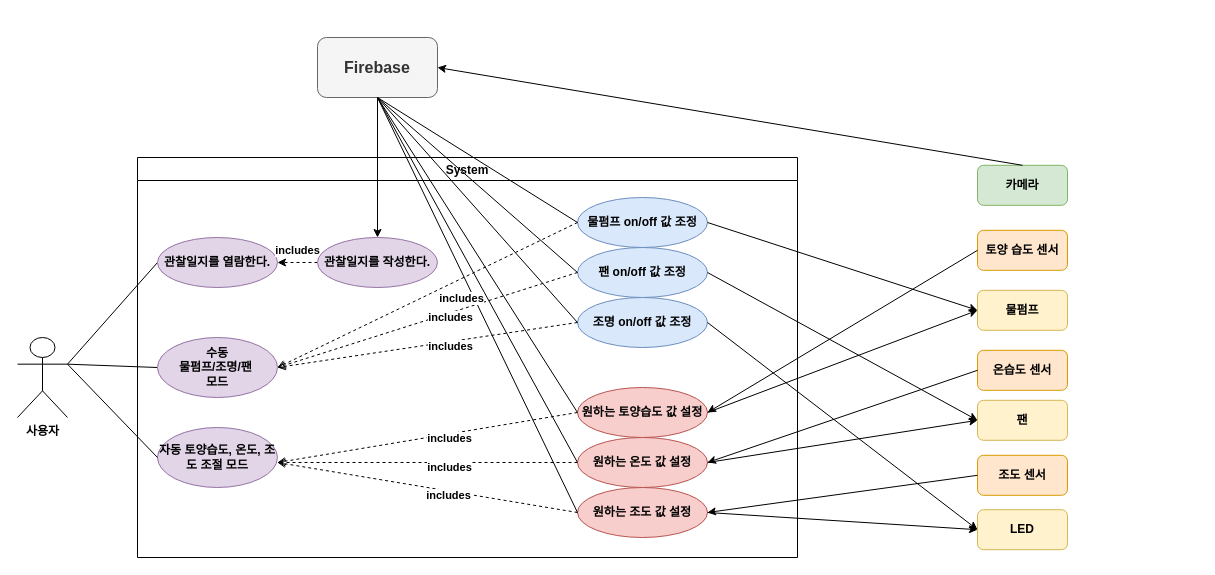
Before: 4주차/유스케이스.drawio in sonmyungwon/Software-Development, a draw.io diagram. Source tidied: cells renumbered, new cells numbered last; positions are measured from the earlier drawing's top-left corner, leaving out a move shared by most shapes. Both pictures are drawn from the tidied source at 100%, with x=0, y=0 at pixel (17, 37).
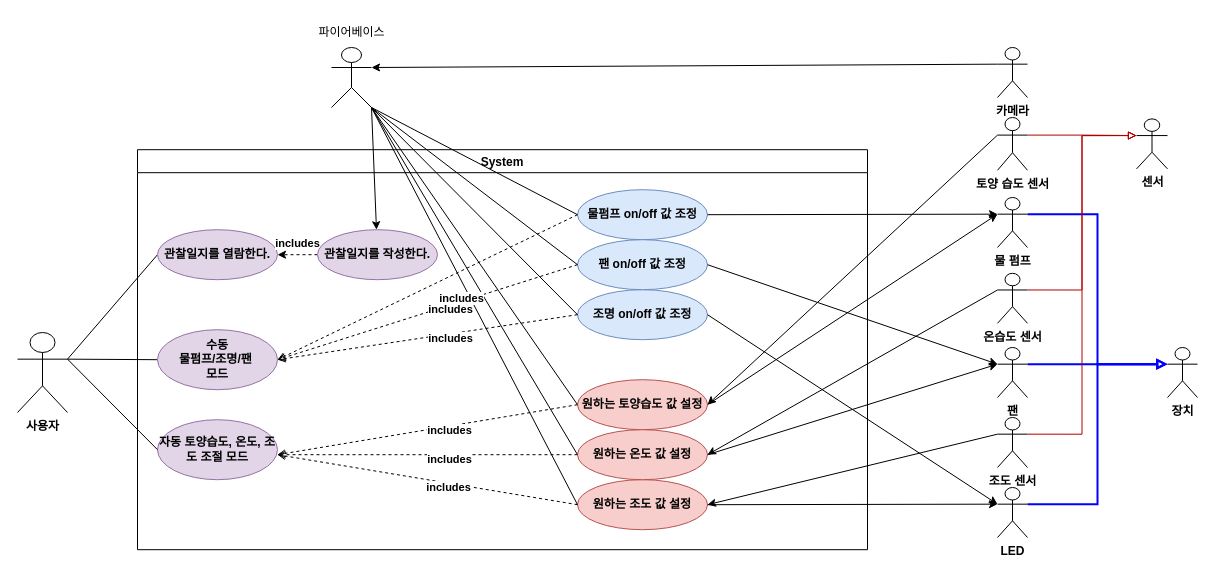
After the change.

Commit message:
유스케이스.drawio 업데이트

Unchanged cells that the change refers to:
```xml
<mxCell id="8" value="물펌프 on/off 값 조정" style="ellipse;whiteSpace=wrap;html=1;fontStyle=1;fillColor=#dae8fc;strokeColor=#6c8ebf;" parent="6" vertex="1">
  <mxGeometry x="440" y="40" width="130" height="50" as="geometry" />
</mxCell>
<mxCell id="9" value="조명 on/off 값 조정" style="ellipse;whiteSpace=wrap;html=1;fontStyle=1;fillColor=#dae8fc;strokeColor=#6c8ebf;" parent="6" vertex="1">
  <mxGeometry x="440" y="140" width="130" height="50" as="geometry" />
</mxCell>
<mxCell id="10" value="팬 on/off 값 조정" style="ellipse;whiteSpace=wrap;html=1;fontStyle=1;fillColor=#dae8fc;strokeColor=#6c8ebf;" parent="6" vertex="1">
  <mxGeometry x="440" y="90" width="130" height="50" as="geometry" />
</mxCell>
<mxCell id="19" value="원하는 토양습도 값 설정" style="ellipse;whiteSpace=wrap;html=1;fontStyle=1;fillColor=#f8cecc;strokeColor=#b85450;" parent="6" vertex="1">
  <mxGeometry x="440" y="230" width="130" height="50" as="geometry" />
</mxCell>
<mxCell id="20" value="원하는 조도 값 설정" style="ellipse;whiteSpace=wrap;html=1;fontStyle=1;fillColor=#f8cecc;strokeColor=#b85450;" parent="6" vertex="1">
  <mxGeometry x="440" y="330" width="130" height="50" as="geometry" />
</mxCell>
<mxCell id="27" value="원하는 온도 값 설정" style="ellipse;whiteSpace=wrap;html=1;fontStyle=1;fillColor=#f8cecc;strokeColor=#b85450;" parent="6" vertex="1">
  <mxGeometry x="440" y="280" width="130" height="50" as="geometry" />
</mxCell>
<mxCell id="29" value="관찰일지를 작성한다." style="ellipse;whiteSpace=wrap;html=1;fontStyle=1;fillColor=#e1d5e7;strokeColor=#9673a6;" parent="6" vertex="1">
  <mxGeometry x="180" y="80" width="120" height="50" as="geometry" />
</mxCell>
```

The edit, as a diff of the source:
```diff
@@
     <mxCell id="2" value="사용자" style="shape=umlActor;verticalLabelPosition=bottom;verticalAlign=top;html=1;outlineConnect=0;fontStyle=1;" parent="1" vertex="1">
-      <mxGeometry y="300" width="50" height="80" as="geometry" />
+      <mxGeometry y="295" width="50" height="80" as="geometry" />
     </mxCell>
-    <mxCell id="3" value="온습도 센서" style="rounded=1;whiteSpace=wrap;html=1;fontStyle=1;fillColor=#ffe6cc;strokeColor=#d79b00;" parent="1" vertex="1">
-      <mxGeometry x="960" y="312.8" width="90" height="40" as="geometry" />
-    </mxCell>
@@
     <mxCell id="6" value="System" style="swimlane;fontStyle=1;" parent="1" vertex="1">
-      <mxGeometry x="120" y="120" width="660" height="400" as="geometry" />
+      <mxGeometry x="120" y="112.2" width="730" height="400" as="geometry" />
     </mxCell>
@@
-    <mxCell id="30" value="토양 습도 센서" style="rounded=1;whiteSpace=wrap;html=1;fontStyle=1;fillColor=#ffe6cc;strokeColor=#d79b00;" parent="1" vertex="1">
-      <mxGeometry x="960" y="192.8" width="90" height="40" as="geometry" />
-    </mxCell>
-    <mxCell id="31" value="조도 센서" style="rounded=1;whiteSpace=wrap;html=1;fontStyle=1;fillColor=#ffe6cc;strokeColor=#d79b00;" parent="1" vertex="1">
-      <mxGeometry x="960" y="417.8" width="90" height="40" as="geometry" />
-    </mxCell>
-    <mxCell id="32" value="팬" style="rounded=1;whiteSpace=wrap;html=1;fontStyle=1;fillColor=#fff2cc;strokeColor=#d6b656;" parent="1" vertex="1">
-      <mxGeometry x="960" y="362.8" width="90" height="40" as="geometry" />
-    </mxCell>
-    <mxCell id="33" value="LED" style="rounded=1;whiteSpace=wrap;html=1;fontStyle=1;fillColor=#fff2cc;strokeColor=#d6b656;" parent="1" vertex="1">
-      <mxGeometry x="960" y="472.2" width="90" height="40" as="geometry" />
-    </mxCell>
-    <mxCell id="34" value="물펌프" style="rounded=1;whiteSpace=wrap;html=1;fontStyle=1;fillColor=#fff2cc;strokeColor=#d6b656;" parent="1" vertex="1">
-      <mxGeometry x="960" y="252.8" width="90" height="40" as="geometry" />
-    </mxCell>
-    <mxCell id="35" style="endArrow=classic;html=1;rounded=0;entryX=0;entryY=0.5;entryDx=0;entryDy=0;exitX=1;exitY=0.5;exitDx=0;exitDy=0;startArrow=none;startFill=0;endFill=1;fontStyle=1;" parent="1" edge="1" source="19" target="34">
+    <mxCell id="35" style="endArrow=classic;html=1;rounded=0;entryX=0;entryY=0.3333333333333333;entryDx=0;entryDy=0;exitX=1;exitY=0.5;exitDx=0;exitDy=0;startArrow=none;startFill=0;endFill=1;fontStyle=1;entryPerimeter=0;" parent="1" edge="1" source="19" target="60">
       <mxGeometry relative="1" as="geometry" />
     </mxCell>
-    <mxCell id="36" style="endArrow=classic;html=1;rounded=0;entryX=0;entryY=0.5;entryDx=0;entryDy=0;exitX=1;exitY=0.5;exitDx=0;exitDy=0;startArrow=none;startFill=0;endFill=1;fontStyle=1;" parent="1" edge="1" source="27" target="32">
+    <mxCell id="36" style="endArrow=classic;html=1;rounded=0;exitX=1;exitY=0.5;exitDx=0;exitDy=0;startArrow=none;startFill=0;endFill=1;fontStyle=1;entryX=0;entryY=0.3333333333333333;entryDx=0;entryDy=0;entryPerimeter=0;" parent="1" edge="1" source="27" target="32">
       <mxGeometry relative="1" as="geometry" />
     </mxCell>
-    <mxCell id="37" style="endArrow=classic;html=1;rounded=0;entryX=0;entryY=0.5;entryDx=0;entryDy=0;exitX=1;exitY=0.5;exitDx=0;exitDy=0;startArrow=none;startFill=0;endFill=1;fontStyle=1;" parent="1" edge="1" source="20" target="33">
+    <mxCell id="37" style="endArrow=classic;html=1;rounded=0;entryX=0;entryY=0.3333333333333333;entryDx=0;entryDy=0;exitX=1;exitY=0.5;exitDx=0;exitDy=0;startArrow=none;startFill=0;endFill=1;fontStyle=1;entryPerimeter=0;" parent="1" edge="1" source="20" target="33">
       <mxGeometry relative="1" as="geometry" />
     </mxCell>
-    <mxCell id="38" value="&lt;font style=&quot;font-size: 16px;&quot;&gt;Firebase&lt;/font&gt;" style="rounded=1;whiteSpace=wrap;html=1;fontStyle=1;fillColor=#f5f5f5;fontColor=#333333;strokeColor=#666666;" parent="1" vertex="1">
-      <mxGeometry x="300" width="120" height="60" as="geometry" />
-    </mxCell>
-    <mxCell id="39" style="endArrow=classic;html=1;rounded=0;exitX=0.5;exitY=1;exitDx=0;exitDy=0;fontStyle=1;" parent="1" edge="1" source="38" target="29">
+    <mxCell id="39" style="endArrow=classic;html=1;rounded=0;fontStyle=1;exitX=1;exitY=1;exitDx=0;exitDy=0;exitPerimeter=0;" parent="1" edge="1" source="56" target="29">
       <mxGeometry relative="1" as="geometry" />
     </mxCell>
@@
-    <mxCell id="41" style="endArrow=none;html=1;rounded=0;entryX=0.5;entryY=1;entryDx=0;entryDy=0;exitX=0;exitY=0.5;exitDx=0;exitDy=0;fontStyle=1;" parent="1" edge="1" source="19" target="38">
+    <mxCell id="41" style="endArrow=none;html=1;rounded=0;entryX=1;entryY=1;entryDx=0;entryDy=0;exitX=0;exitY=0.5;exitDx=0;exitDy=0;fontStyle=1;entryPerimeter=0;" parent="1" edge="1" source="19" target="56">
       <mxGeometry relative="1" as="geometry" />
     </mxCell>
-    <mxCell id="42" style="endArrow=none;html=1;rounded=0;exitX=0;exitY=0.5;exitDx=0;exitDy=0;entryX=0.5;entryY=1;entryDx=0;entryDy=0;fontStyle=1;" parent="1" edge="1" source="27" target="38">
+    <mxCell id="42" style="endArrow=none;html=1;rounded=0;exitX=0;exitY=0.5;exitDx=0;exitDy=0;entryX=1;entryY=1;entryDx=0;entryDy=0;fontStyle=1;entryPerimeter=0;" parent="1" edge="1" source="27" target="56">
       <mxGeometry relative="1" as="geometry" />
     </mxCell>
-    <mxCell id="43" style="endArrow=none;html=1;rounded=0;entryX=0.5;entryY=1;entryDx=0;entryDy=0;exitX=0;exitY=0.5;exitDx=0;exitDy=0;fontStyle=1;" parent="1" edge="1" source="20" target="38">
+    <mxCell id="43" style="endArrow=none;html=1;rounded=0;entryX=1;entryY=1;entryDx=0;entryDy=0;exitX=0;exitY=0.5;exitDx=0;exitDy=0;fontStyle=1;entryPerimeter=0;" parent="1" edge="1" source="20" target="56">
       <mxGeometry relative="1" as="geometry" />
     </mxCell>
-    <mxCell id="44" style="endArrow=none;html=1;rounded=0;entryX=0;entryY=0.5;entryDx=0;entryDy=0;startArrow=classic;startFill=1;endFill=0;exitX=1;exitY=0.5;exitDx=0;exitDy=0;fontStyle=1;" parent="1" edge="1" source="20" target="31">
+    <mxCell id="44" style="endArrow=none;html=1;rounded=0;entryX=0;entryY=0.3333333333333333;entryDx=0;entryDy=0;startArrow=classic;startFill=1;endFill=0;exitX=1;exitY=0.5;exitDx=0;exitDy=0;fontStyle=1;entryPerimeter=0;" parent="1" edge="1" source="20" target="31">
       <mxGeometry relative="1" as="geometry" />
     </mxCell>
-    <mxCell id="45" style="endArrow=none;html=1;rounded=0;entryX=0;entryY=0.5;entryDx=0;entryDy=0;startArrow=classic;startFill=1;endFill=0;exitX=1;exitY=0.5;exitDx=0;exitDy=0;fontStyle=1;" parent="1" edge="1" source="27" target="3">
+    <mxCell id="45" style="endArrow=none;html=1;rounded=0;entryX=0;entryY=0.3333333333333333;entryDx=0;entryDy=0;startArrow=classic;startFill=1;endFill=0;exitX=1;exitY=0.5;exitDx=0;exitDy=0;fontStyle=1;entryPerimeter=0;" parent="1" edge="1" source="27" target="3">
       <mxGeometry relative="1" as="geometry" />
     </mxCell>
-    <mxCell id="46" value="카메라" style="rounded=1;whiteSpace=wrap;html=1;fontStyle=1;fillColor=#d5e8d4;strokeColor=#82b366;" parent="1" vertex="1">
-      <mxGeometry x="960" y="127.8" width="90" height="40" as="geometry" />
-    </mxCell>
-    <mxCell id="47" style="endArrow=classic;html=1;rounded=0;entryX=1;entryY=0.5;entryDx=0;entryDy=0;exitX=0.5;exitY=0;exitDx=0;exitDy=0;fontStyle=1;" parent="1" edge="1" source="46" target="38">
+    <mxCell id="47" style="endArrow=classic;html=1;rounded=0;entryX=1;entryY=0.3333333333333333;entryDx=0;entryDy=0;exitX=0;exitY=0.3333333333333333;exitDx=0;exitDy=0;fontStyle=1;exitPerimeter=0;entryPerimeter=0;" parent="1" edge="1" source="46" target="56">
       <mxGeometry relative="1" as="geometry" />
     </mxCell>
-    <mxCell id="48" style="endArrow=none;html=1;rounded=0;entryX=0.5;entryY=1;entryDx=0;entryDy=0;fontStyle=1;exitX=0;exitY=0.5;exitDx=0;exitDy=0;" parent="1" edge="1" source="10" target="38">
+    <mxCell id="48" style="endArrow=none;html=1;rounded=0;entryX=1;entryY=1;entryDx=0;entryDy=0;fontStyle=1;exitX=0;exitY=0.5;exitDx=0;exitDy=0;entryPerimeter=0;" parent="1" edge="1" source="10" target="56">
       <mxGeometry relative="1" as="geometry" />
     </mxCell>
-    <mxCell id="49" style="endArrow=none;html=1;rounded=0;exitX=0;exitY=0.5;exitDx=0;exitDy=0;fontStyle=1;entryX=0.5;entryY=1;entryDx=0;entryDy=0;" parent="1" edge="1" source="9" target="38">
+    <mxCell id="49" style="endArrow=none;html=1;rounded=0;exitX=0;exitY=0.5;exitDx=0;exitDy=0;fontStyle=1;entryX=1;entryY=1;entryDx=0;entryDy=0;entryPerimeter=0;" parent="1" edge="1" source="9" target="56">
       <mxGeometry relative="1" as="geometry" />
     </mxCell>
-    <mxCell id="50" style="endArrow=classic;html=1;rounded=0;startArrow=none;startFill=0;endFill=1;entryX=0;entryY=0.5;entryDx=0;entryDy=0;fontStyle=1;exitX=1;exitY=0.5;exitDx=0;exitDy=0;" parent="1" edge="1" source="8" target="34">
+    <mxCell id="50" style="endArrow=classic;html=1;rounded=0;startArrow=none;startFill=0;endFill=1;entryX=0;entryY=0.3333333333333333;entryDx=0;entryDy=0;fontStyle=1;exitX=1;exitY=0.5;exitDx=0;exitDy=0;entryPerimeter=0;" parent="1" edge="1" source="8" target="60">
       <mxGeometry relative="1" as="geometry" />
     </mxCell>
-    <mxCell id="51" style="endArrow=classic;html=1;rounded=0;exitX=1;exitY=0.5;exitDx=0;exitDy=0;startArrow=none;startFill=0;endFill=1;entryX=0;entryY=0.5;entryDx=0;entryDy=0;fontStyle=1;" parent="1" edge="1" source="10" target="32">
+    <mxCell id="51" style="endArrow=classic;html=1;rounded=0;exitX=1;exitY=0.5;exitDx=0;exitDy=0;startArrow=none;startFill=0;endFill=1;entryX=0;entryY=0.3333333333333333;entryDx=0;entryDy=0;fontStyle=1;entryPerimeter=0;" parent="1" edge="1" source="10" target="32">
       <mxGeometry relative="1" as="geometry" />
     </mxCell>
-    <mxCell id="52" style="endArrow=none;html=1;rounded=0;exitX=0;exitY=0.5;exitDx=0;exitDy=0;entryX=0.5;entryY=1;entryDx=0;entryDy=0;fontStyle=1;" parent="1" edge="1" source="8" target="38">
+    <mxCell id="52" style="endArrow=none;html=1;rounded=0;exitX=0;exitY=0.5;exitDx=0;exitDy=0;entryX=1;entryY=1;entryDx=0;entryDy=0;fontStyle=1;entryPerimeter=0;" parent="1" edge="1" source="8" target="56">
       <mxGeometry relative="1" as="geometry" />
     </mxCell>
-    <mxCell id="53" style="endArrow=none;html=1;rounded=0;entryX=0;entryY=0.5;entryDx=0;entryDy=0;startArrow=classic;startFill=1;endFill=0;exitX=1;exitY=0.5;exitDx=0;exitDy=0;fontStyle=1;" parent="1" edge="1" source="19" target="30">
+    <mxCell id="53" style="endArrow=none;html=1;rounded=0;entryX=0;entryY=0.3333333333333333;entryDx=0;entryDy=0;startArrow=classic;startFill=1;endFill=0;exitX=1;exitY=0.5;exitDx=0;exitDy=0;fontStyle=1;entryPerimeter=0;" parent="1" edge="1" source="19" target="30">
       <mxGeometry relative="1" as="geometry" />
     </mxCell>
-    <mxCell id="54" style="endArrow=classic;html=1;rounded=0;exitX=1;exitY=0.5;exitDx=0;exitDy=0;startArrow=none;startFill=0;endFill=1;entryX=0;entryY=0.5;entryDx=0;entryDy=0;fontStyle=1;" parent="1" edge="1" source="9" target="33">
+    <mxCell id="54" style="endArrow=classic;html=1;rounded=0;exitX=1;exitY=0.5;exitDx=0;exitDy=0;startArrow=none;startFill=0;endFill=1;entryX=0;entryY=0.3333333333333333;entryDx=0;entryDy=0;fontStyle=1;entryPerimeter=0;" parent="1" edge="1" source="9" target="33">
       <mxGeometry relative="1" as="geometry" />
     </mxCell>
@@
+    <mxCell id="56" style="shape=umlActor;verticalLabelPosition=bottom;verticalAlign=top;html=1;outlineConnect=0;fontStyle=1;" parent="1" vertex="1">
+      <mxGeometry x="314" y="10" width="40" height="60" as="geometry" />
+    </mxCell>
+    <mxCell id="57" value="파이어베이스" style="text;html=1;align=center;verticalAlign=middle;strokeColor=none;fillColor=none;" parent="1" vertex="1">
+      <mxGeometry x="284" y="-20" width="100" height="30" as="geometry" />
+    </mxCell>
+    <mxCell id="46" value="카메라" style="shape=umlActor;verticalLabelPosition=bottom;verticalAlign=top;html=1;outlineConnect=0;fontStyle=1;" parent="1" vertex="1">
+      <mxGeometry x="980" y="10" width="30" height="50" as="geometry" />
+    </mxCell>
+    <mxCell id="58" style="edgeStyle=orthogonalEdgeStyle;rounded=0;jettySize=auto;html=1;exitX=1;exitY=0.3333333333333333;exitDx=0;exitDy=0;exitPerimeter=0;entryX=0;entryY=0.3333333333333333;entryDx=0;entryDy=0;entryPerimeter=0;endArrow=block;endFill=0;fontColor=#FF33FF;fillColor=#e51400;strokeColor=#B20000;" parent="1" edge="1" source="30" target="66">
+      <mxGeometry relative="1" as="geometry" />
+    </mxCell>
+    <mxCell id="30" value="토양 습도 센서" style="shape=umlActor;verticalLabelPosition=bottom;verticalAlign=top;html=1;outlineConnect=0;fontStyle=1;" parent="1" vertex="1">
+      <mxGeometry x="980" y="80" width="30" height="52.8" as="geometry" />
+    </mxCell>
+    <mxCell id="59" style="edgeStyle=orthogonalEdgeStyle;rounded=0;jettySize=auto;html=1;exitX=1;exitY=0.3333333333333333;exitDx=0;exitDy=0;exitPerimeter=0;entryX=0;entryY=0.3333333333333333;entryDx=0;entryDy=0;entryPerimeter=0;endArrow=block;endFill=0;fillColor=#008a00;strokeColor=#0000FF;strokeWidth=2;" parent="1" edge="1" source="60" target="65">
+      <mxGeometry relative="1" as="geometry" />
+    </mxCell>
+    <mxCell id="60" value="물 펌프&lt;br&gt;" style="shape=umlActor;verticalLabelPosition=bottom;verticalAlign=top;html=1;outlineConnect=0;fontStyle=1;" parent="1" vertex="1">
+      <mxGeometry x="980" y="160" width="30" height="50" as="geometry" />
+    </mxCell>
+    <mxCell id="61" style="edgeStyle=orthogonalEdgeStyle;rounded=0;jettySize=auto;html=1;exitX=1;exitY=0.3333333333333333;exitDx=0;exitDy=0;exitPerimeter=0;entryX=0;entryY=0.3333333333333333;entryDx=0;entryDy=0;entryPerimeter=0;endArrow=block;endFill=0;fontColor=#FF33FF;fillColor=#e51400;strokeColor=#B20000;" parent="1" edge="1" source="3" target="66">
+      <mxGeometry relative="1" as="geometry" />
+    </mxCell>
+    <mxCell id="3" value="온습도 센서&lt;br&gt;" style="shape=umlActor;verticalLabelPosition=bottom;verticalAlign=top;html=1;outlineConnect=0;fontStyle=1;" parent="1" vertex="1">
+      <mxGeometry x="980" y="235.8" width="30" height="50" as="geometry" />
+    </mxCell>
+    <mxCell id="62" style="edgeStyle=orthogonalEdgeStyle;rounded=0;jettySize=auto;html=1;exitX=1;exitY=0.3333333333333333;exitDx=0;exitDy=0;exitPerimeter=0;entryX=0;entryY=0.3333333333333333;entryDx=0;entryDy=0;entryPerimeter=0;endArrow=block;endFill=0;fillColor=#008a00;strokeColor=#0000FF;strokeWidth=2;" parent="1" edge="1" source="32" target="65">
+      <mxGeometry relative="1" as="geometry" />
+    </mxCell>
+    <mxCell id="32" value="팬" style="shape=umlActor;verticalLabelPosition=bottom;verticalAlign=top;html=1;outlineConnect=0;fontStyle=1;" parent="1" vertex="1">
+      <mxGeometry x="980" y="310" width="30" height="50" as="geometry" />
+    </mxCell>
+    <mxCell id="63" style="edgeStyle=orthogonalEdgeStyle;rounded=0;jettySize=auto;html=1;exitX=1;exitY=0.3333333333333333;exitDx=0;exitDy=0;exitPerimeter=0;entryX=0;entryY=0.3333333333333333;entryDx=0;entryDy=0;entryPerimeter=0;endArrow=block;endFill=0;fontColor=#FF33FF;fillColor=#e51400;strokeColor=#B20000;" parent="1" edge="1" source="31" target="66">
+      <mxGeometry relative="1" as="geometry" />
+    </mxCell>
+    <mxCell id="31" value="조도 센서" style="shape=umlActor;verticalLabelPosition=bottom;verticalAlign=top;html=1;outlineConnect=0;fontStyle=1;" parent="1" vertex="1">
+      <mxGeometry x="980" y="380" width="30" height="50" as="geometry" />
+    </mxCell>
+    <mxCell id="64" style="edgeStyle=orthogonalEdgeStyle;rounded=0;jettySize=auto;html=1;entryX=0;entryY=0.3333333333333333;entryDx=0;entryDy=0;entryPerimeter=0;endArrow=block;endFill=0;fillColor=#008a00;strokeColor=#0000FF;exitX=1;exitY=0.3333333333333333;exitDx=0;exitDy=0;exitPerimeter=0;strokeWidth=2;" parent="1" edge="1" source="33" target="65">
+      <mxGeometry relative="1" as="geometry" />
+    </mxCell>
+    <mxCell id="33" value="LED&lt;br&gt;" style="shape=umlActor;verticalLabelPosition=bottom;verticalAlign=top;html=1;outlineConnect=0;fontStyle=1;" parent="1" vertex="1">
+      <mxGeometry x="980" y="450" width="30" height="50" as="geometry" />
+    </mxCell>
+    <mxCell id="65" value="장치" style="shape=umlActor;verticalLabelPosition=bottom;verticalAlign=top;html=1;outlineConnect=0;fontStyle=1;" parent="1" vertex="1">
+      <mxGeometry x="1150" y="310" width="30" height="50" as="geometry" />
+    </mxCell>
+    <mxCell id="66" value="센서" style="shape=umlActor;verticalLabelPosition=bottom;verticalAlign=top;html=1;outlineConnect=0;fontStyle=1;" parent="1" vertex="1">
+      <mxGeometry x="1119" y="81.4" width="31" height="50" as="geometry" />
+    </mxCell>
```
